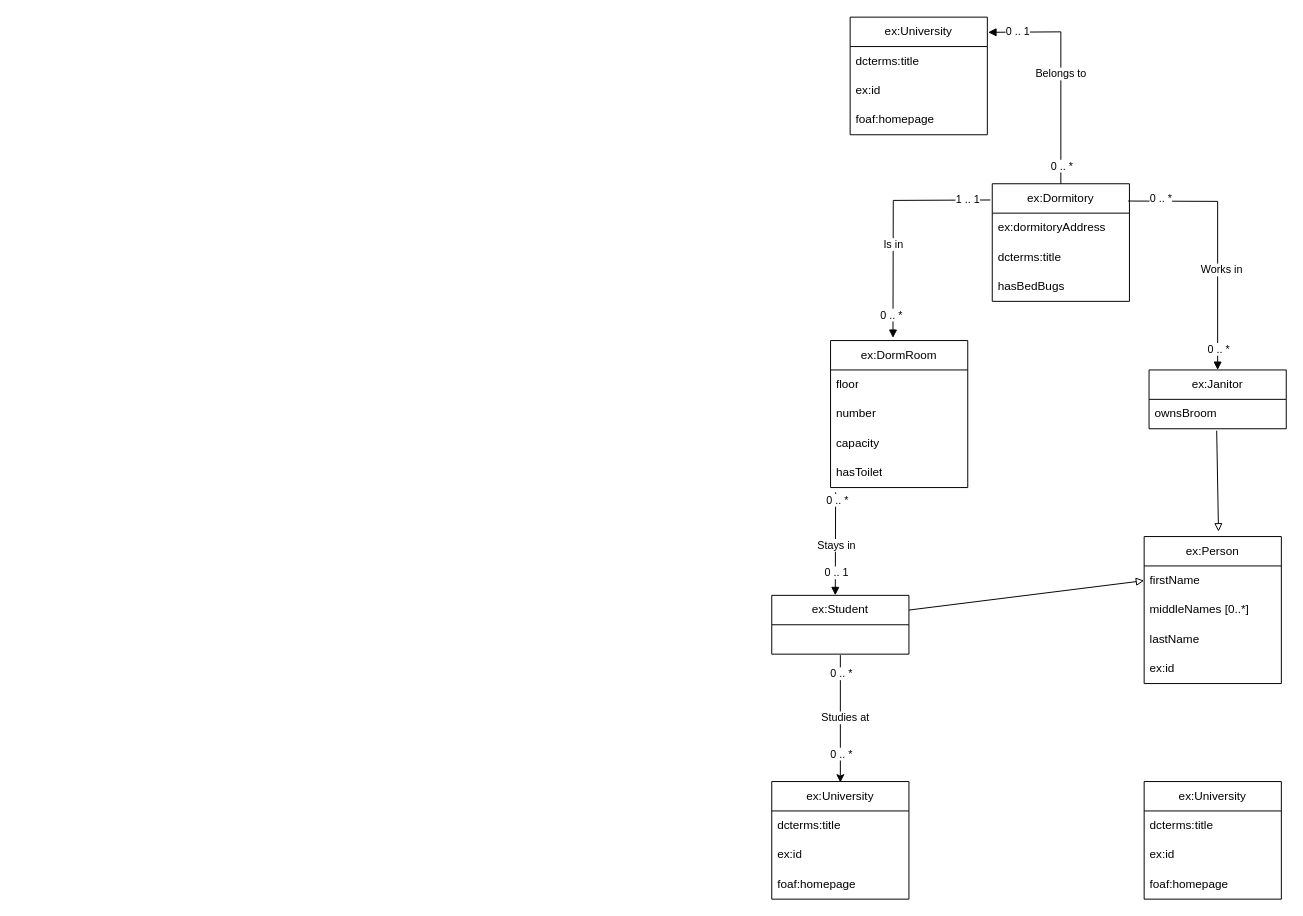
Above: HW3/task3.drawio in OlcorOlcor/DataFormats (draw.io), before the change. Source tidied: cells renumbered, new cells numbered last; positions are measured from the earlier drawing's top-left corner, leaving out a move shared by most shapes. Both pictures are drawn from the tidied source at 98%, with x=0, y=0 at pixel (771, 17).
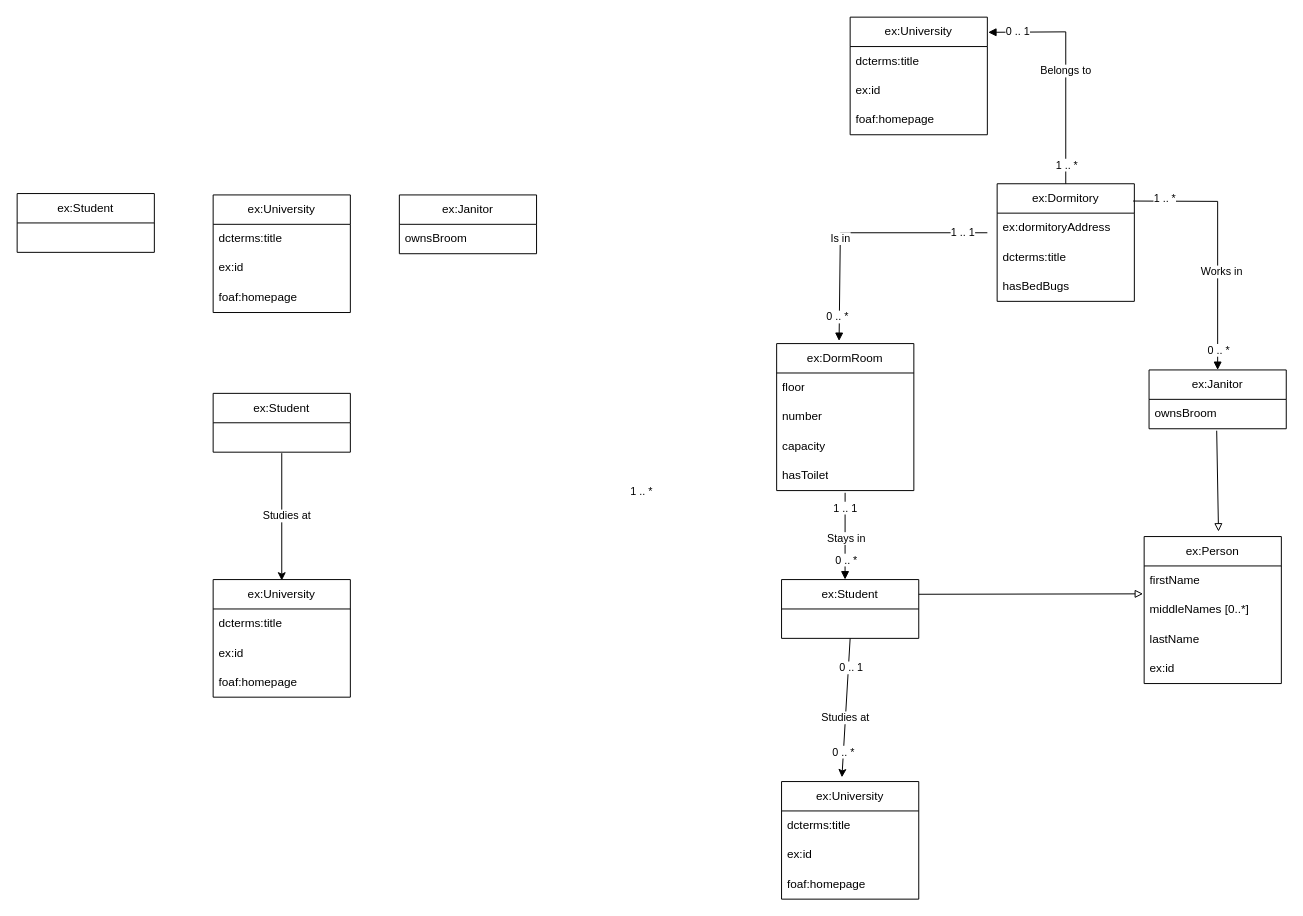
The same diagram, later.

Unchanged cells that the change refers to:
```xml
<mxCell id="11" value="hasToilet" style="text;strokeColor=none;fillColor=none;align=left;verticalAlign=middle;spacingLeft=4;spacingRight=4;overflow=hidden;points=[[0,0.5],[1,0.5]];portConstraint=eastwest;whiteSpace=wrap;html=1;" parent="7" vertex="1">
  <mxGeometry y="120" width="140" height="30" as="geometry" />
</mxCell>
<mxCell id="13" value="firstName" style="text;strokeColor=none;fillColor=none;align=left;verticalAlign=middle;spacingLeft=4;spacingRight=4;overflow=hidden;points=[[0,0.5],[1,0.5]];portConstraint=eastwest;whiteSpace=wrap;html=1;" parent="12" vertex="1">
  <mxGeometry y="30" width="140" height="30" as="geometry" />
</mxCell>
<mxCell id="20" value="ex:University" style="swimlane;fontStyle=0;horizontal=1;startSize=30;whiteSpace=wrap;html=1;" parent="1" vertex="1">
  <mxGeometry x="80" width="140" height="120" as="geometry" />
</mxCell>
<mxCell id="26" style="endArrow=block;html=1;rounded=0;exitX=0.991;exitY=0.147;exitDx=0;exitDy=0;entryX=0.5;entryY=0;entryDx=0;entryDy=0;exitPerimeter=0;" parent="1" edge="1" source="3" target="18">
  <mxGeometry relative="1" as="geometry">
    <Array as="points">
      <mxPoint x="455" y="188" />
    </Array>
  </mxGeometry>
</mxCell>
```

Change to the diagram source:
```diff
@@
-    <mxCell id="2" style="endArrow=classic;html=1;rounded=0;exitX=0.5;exitY=1;exitDx=0;exitDy=0;entryX=0.5;entryY=0;entryDx=0;entryDy=0;" parent="1" edge="1">
-      <mxGeometry relative="1" as="geometry">
-        <mxPoint x="70" y="651" as="sourcePoint" />
-        <mxPoint x="70" y="781" as="targetPoint" />
-      </mxGeometry>
+    <mxCell id="2" style="endArrow=classic;html=1;rounded=0;entryX=0.44;entryY=-0.036;entryDx=0;entryDy=0;entryPerimeter=0;exitX=0.5;exitY=1;exitDx=0;exitDy=0;" parent="1" edge="1" source="17" target="42">
+      <mxGeometry relative="1" as="geometry" />
     </mxCell>
+    <mxCell id="53" value="0 .. 1" style="edgeLabel;html=1;align=center;verticalAlign=middle;" parent="2" vertex="1">
+      <mxGeometry x="-0.6" y="2" relative="1" as="geometry">
+        <mxPoint y="2" as="offset" />
+      </mxGeometry>
+    </mxCell>
+    <mxCell id="54" value="0 .. *" style="edgeLabel;html=1;align=center;verticalAlign=middle;" parent="2" vertex="1">
+      <mxGeometry x="0.64" y="-1" relative="1" as="geometry" />
+    </mxCell>
     <mxCell id="3" value="ex:Dormitory" style="swimlane;fontStyle=0;horizontal=1;startSize=30;whiteSpace=wrap;html=1;" parent="1" vertex="1">
-      <mxGeometry x="225" y="170" width="140" height="120" as="geometry" />
+      <mxGeometry x="230" y="170" width="140" height="120" as="geometry" />
     </mxCell>
@@
     <mxCell id="7" value="ex:DormRoom" style="swimlane;fontStyle=0;horizontal=1;startSize=30;whiteSpace=wrap;html=1;" parent="1" vertex="1">
-      <mxGeometry x="60" y="330" width="140" height="150" as="geometry" />
+      <mxGeometry x="5" y="333.1" width="140" height="150" as="geometry" />
     </mxCell>
@@
     <mxCell id="17" value="ex:Student" style="swimlane;fontStyle=0;horizontal=1;startSize=30;whiteSpace=wrap;html=1;" parent="1" vertex="1">
-      <mxGeometry y="590" width="140" height="60" as="geometry" />
+      <mxGeometry x="10" y="573.9" width="140" height="60" as="geometry" />
     </mxCell>
@@
-    <mxCell id="25" style="endArrow=block;html=1;rounded=0;exitX=1;exitY=0.25;exitDx=0;exitDy=0;entryX=0;entryY=0.5;entryDx=0;entryDy=0;endFill=0;" parent="1" edge="1" source="17" target="13">
+    <mxCell id="25" style="endArrow=block;html=1;rounded=0;exitX=1;exitY=0.25;exitDx=0;exitDy=0;entryX=-0.008;entryY=0.949;entryDx=0;entryDy=0;endFill=0;entryPerimeter=0;" parent="1" edge="1" source="17" target="13">
       <mxGeometry relative="1" as="geometry" />
     </mxCell>
@@
-    <mxCell id="27" value="0 .. *" style="edgeLabel;html=1;align=center;verticalAlign=middle;" parent="26" vertex="1">
+    <mxCell id="27" value="1&amp;nbsp;.. *" style="edgeLabel;html=1;align=center;verticalAlign=middle;" parent="26" vertex="1">
       <mxGeometry x="-0.75" y="3" relative="1" as="geometry" />
     </mxCell>
@@
-    <mxCell id="30" style="endArrow=block;html=1;rounded=0;exitX=-0.014;exitY=0.138;exitDx=0;exitDy=0;exitPerimeter=0;entryX=0.455;entryY=-0.018;entryDx=0;entryDy=0;entryPerimeter=0;" parent="1" edge="1" source="3" target="7">
+    <mxCell id="30" style="endArrow=block;html=1;rounded=0;entryX=0.455;entryY=-0.018;entryDx=0;entryDy=0;entryPerimeter=0;" parent="1" edge="1" target="7">
       <mxGeometry relative="1" as="geometry">
+        <mxPoint x="220" y="220" as="sourcePoint" />
         <Array as="points">
-          <mxPoint x="124" y="187" />
+          <mxPoint x="70" y="220" />
         </Array>
       </mxGeometry>
     </mxCell>
@@
     <mxCell id="34" style="endArrow=block;html=1;rounded=0;exitX=0.5;exitY=0;exitDx=0;exitDy=0;entryX=1.006;entryY=0.129;entryDx=0;entryDy=0;entryPerimeter=0;" parent="1" edge="1" source="3" target="20">
       <mxGeometry relative="1" as="geometry">
         <Array as="points">
-          <mxPoint x="295" y="15" />
+          <mxPoint x="300" y="15" />
         </Array>
       </mxGeometry>
     </mxCell>
@@
-    <mxCell id="37" value="0 .. *" style="edgeLabel;html=1;align=center;verticalAlign=middle;" parent="34" vertex="1">
+    <mxCell id="37" value="1&amp;nbsp;.. *" style="edgeLabel;html=1;align=center;verticalAlign=middle;" parent="34" vertex="1">
       <mxGeometry x="-0.83" y="-1" relative="1" as="geometry">
         <mxPoint x="-1" as="offset" />
       </mxGeometry>
     </mxCell>
-    <mxCell id="38" style="endArrow=block;html=1;rounded=0;entryX=0.463;entryY=-0.001;entryDx=0;entryDy=0;entryPerimeter=0;exitX=0.037;exitY=1.161;exitDx=0;exitDy=0;exitPerimeter=0;" parent="1" edge="1" source="11" target="17">
+    <mxCell id="38" style="endArrow=block;html=1;rounded=0;entryX=0.463;entryY=-0.001;entryDx=0;entryDy=0;entryPerimeter=0;exitX=0.499;exitY=1.075;exitDx=0;exitDy=0;exitPerimeter=0;" parent="1" edge="1" source="11" target="17">
       <mxGeometry relative="1" as="geometry" />
     </mxCell>
@@
-    <mxCell id="40" value="0 .. 1" style="edgeLabel;html=1;align=center;verticalAlign=middle;" parent="38" vertex="1">
+    <mxCell id="40" value="0 .. *" style="edgeLabel;html=1;align=center;verticalAlign=middle;" parent="38" vertex="1">
       <mxGeometry x="0.67" y="1" relative="1" as="geometry">
         <mxPoint y="-6" as="offset" />
       </mxGeometry>
     </mxCell>
-    <mxCell id="41" value="0 .. *" style="edgeLabel;html=1;align=center;verticalAlign=middle;" parent="38" vertex="1">
-      <mxGeometry x="-0.7" y="1" relative="1" as="geometry">
-        <mxPoint y="-8" as="offset" />
-      </mxGeometry>
-    </mxCell>
+    <mxCell id="55" value="1 .. 1" style="edgeLabel;html=1;align=center;verticalAlign=middle;" parent="38" vertex="1">
+      <mxGeometry x="-0.65" relative="1" as="geometry" />
+    </mxCell>
     <mxCell id="42" value="ex:University" style="swimlane;fontStyle=0;horizontal=1;startSize=30;whiteSpace=wrap;html=1;" parent="1" vertex="1">
-      <mxGeometry y="780" width="140" height="120" as="geometry" />
+      <mxGeometry x="10" y="780" width="140" height="120" as="geometry" />
     </mxCell>
@@
-    <mxCell id="46" value="0 .. *" style="edgeLabel;html=1;align=center;verticalAlign=middle;" parent="1" vertex="1">
-      <mxGeometry x="45.3" y="18.1" as="geometry">
-        <mxPoint x="25" y="651" as="offset" />
-      </mxGeometry>
-    </mxCell>
@@
-    <mxCell id="48" value="0 .. *" style="edgeLabel;html=1;align=center;verticalAlign=middle;" parent="1" vertex="1">
-      <mxGeometry x="45.3" y="100.1" as="geometry">
-        <mxPoint x="25" y="651" as="offset" />
-      </mxGeometry>
-    </mxCell>
     <mxCell id="49" value="ex:University" style="swimlane;fontStyle=0;horizontal=1;startSize=30;whiteSpace=wrap;html=1;" parent="1" vertex="1">
-      <mxGeometry x="380" y="780" width="140" height="120" as="geometry" />
+      <mxGeometry x="-570" y="181.4" width="140" height="120" as="geometry" />
     </mxCell>
@@
+    <mxCell id="56" value="1&amp;nbsp;.. *" style="edgeLabel;html=1;align=center;verticalAlign=middle;" parent="1" vertex="1">
+      <mxGeometry x="-133.9" y="483.1" as="geometry" />
+    </mxCell>
+    <mxCell id="57" value="ex:Janitor" style="swimlane;fontStyle=0;horizontal=1;startSize=30;whiteSpace=wrap;html=1;" parent="1" vertex="1">
+      <mxGeometry x="-380" y="181.4" width="140" height="60" as="geometry" />
+    </mxCell>
+    <mxCell id="58" value="ownsBroom" style="text;strokeColor=none;fillColor=none;align=left;verticalAlign=middle;spacingLeft=4;spacingRight=4;overflow=hidden;whiteSpace=wrap;html=1;" parent="57" vertex="1">
+      <mxGeometry y="30" width="140" height="30" as="geometry" />
+    </mxCell>
+    <mxCell id="59" style="endArrow=classic;html=1;rounded=0;exitX=0.5;exitY=1;exitDx=0;exitDy=0;entryX=0.5;entryY=0;entryDx=0;entryDy=0;" parent="1" edge="1">
+      <mxGeometry relative="1" as="geometry">
+        <mxPoint x="-500" y="444.9" as="sourcePoint" />
+        <mxPoint x="-500" y="574.9" as="targetPoint" />
+      </mxGeometry>
+    </mxCell>
+    <mxCell id="60" value="ex:Student" style="swimlane;fontStyle=0;horizontal=1;startSize=30;whiteSpace=wrap;html=1;" parent="1" vertex="1">
+      <mxGeometry x="-570" y="383.9" width="140" height="60" as="geometry" />
+    </mxCell>
+    <mxCell id="61" value="ex:University" style="swimlane;fontStyle=0;horizontal=1;startSize=30;whiteSpace=wrap;html=1;" parent="1" vertex="1">
+      <mxGeometry x="-570" y="573.9" width="140" height="120" as="geometry" />
+    </mxCell>
+    <mxCell id="62" value="dcterms:title" style="text;strokeColor=none;fillColor=none;align=left;verticalAlign=middle;spacingLeft=4;spacingRight=4;overflow=hidden;whiteSpace=wrap;html=1;" parent="61" vertex="1">
+      <mxGeometry y="30" width="140" height="30" as="geometry" />
+    </mxCell>
+    <mxCell id="63" value="ex:id" style="text;strokeColor=none;fillColor=none;align=left;verticalAlign=middle;spacingLeft=4;spacingRight=4;overflow=hidden;whiteSpace=wrap;html=1;" parent="61" vertex="1">
+      <mxGeometry y="60" width="140" height="30" as="geometry" />
+    </mxCell>
+    <mxCell id="64" value="foaf:homepage" style="text;strokeColor=none;fillColor=none;align=left;verticalAlign=middle;spacingLeft=4;spacingRight=4;overflow=hidden;whiteSpace=wrap;html=1;" parent="61" vertex="1">
+      <mxGeometry y="90" width="140" height="30" as="geometry" />
+    </mxCell>
+    <mxCell id="65" value="Studies at" style="edgeLabel;html=1;align=center;verticalAlign=middle;" parent="1" vertex="1">
+      <mxGeometry x="-500" y="508.1" width="10" as="geometry" />
+    </mxCell>
+    <mxCell id="66" value="ex:Student" style="swimlane;fontStyle=0;horizontal=1;startSize=30;whiteSpace=wrap;html=1;" parent="1" vertex="1">
+      <mxGeometry x="-770" y="180" width="140" height="60" as="geometry" />
+    </mxCell>
```
